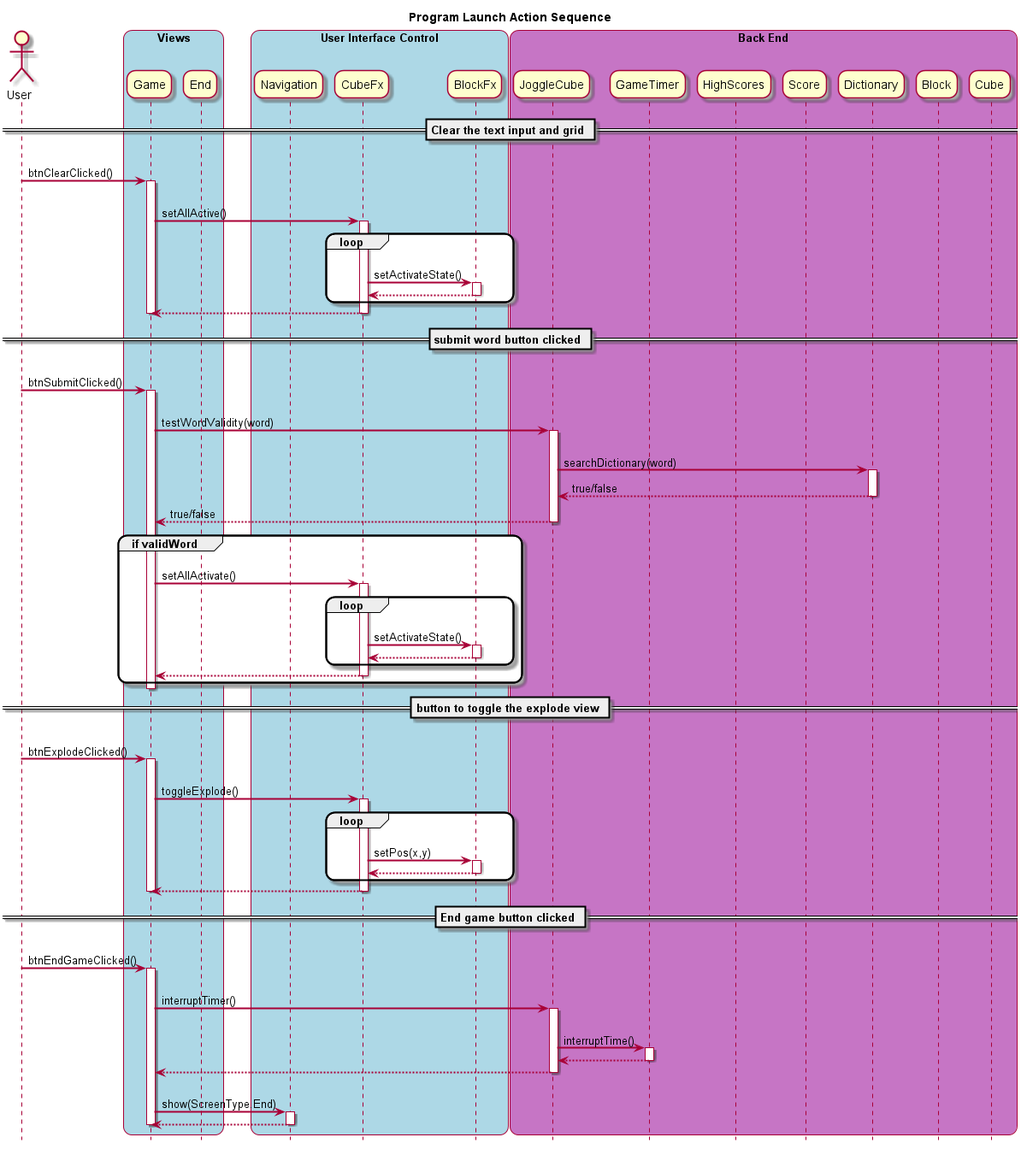
Above: docs/Sequence/Game.png in rhys3010/JoggleCube (PlantUML), before the change.
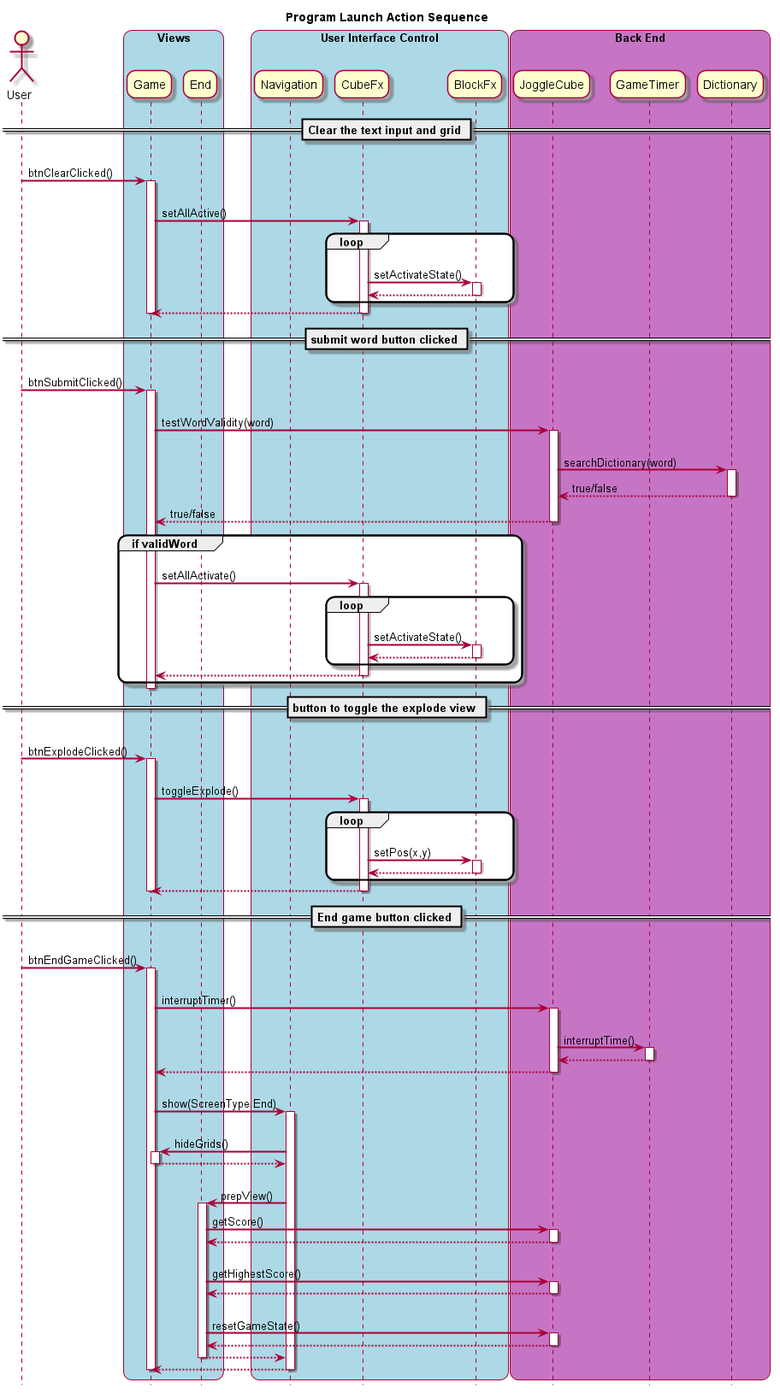
After the commit.

Commit message:
Game sequence diagram

The edit, as a diff of the source:
```diff
@@ -31,11 +31,7 @@
 
 participant JoggleCube
 participant GameTimer
-participant HighScores
-participant Score
 participant Dictionary
-participant Block
-participant Cube
 end box
 
 == Clear the text input and grid ==
@@ -111,6 +107,26 @@
     deactivate JoggleCube
     Game -> Navigation : show(ScreenType.End)
     activate Navigation
+        Navigation -> Game : hideGrids()
+        activate Game
+            Game --> Navigation
+        deactivate Game
+        Navigation -> End : prepView()
+        activate End
+            End -> JoggleCube : getScore()
+            activate JoggleCube
+                JoggleCube --> End
+            deactivate JoggleCube
+            End -> JoggleCube : getHighestScore()
+            activate JoggleCube
+                JoggleCube --> End
+            deactivate JoggleCube
+            End -> JoggleCube : resetGameState()
+            activate JoggleCube
+                JoggleCube --> End
+            deactivate JoggleCube
+            End --> Navigation
+        deactivate End
         Navigation --> Game
     deactivate Navigation
 deactivate Game
```
